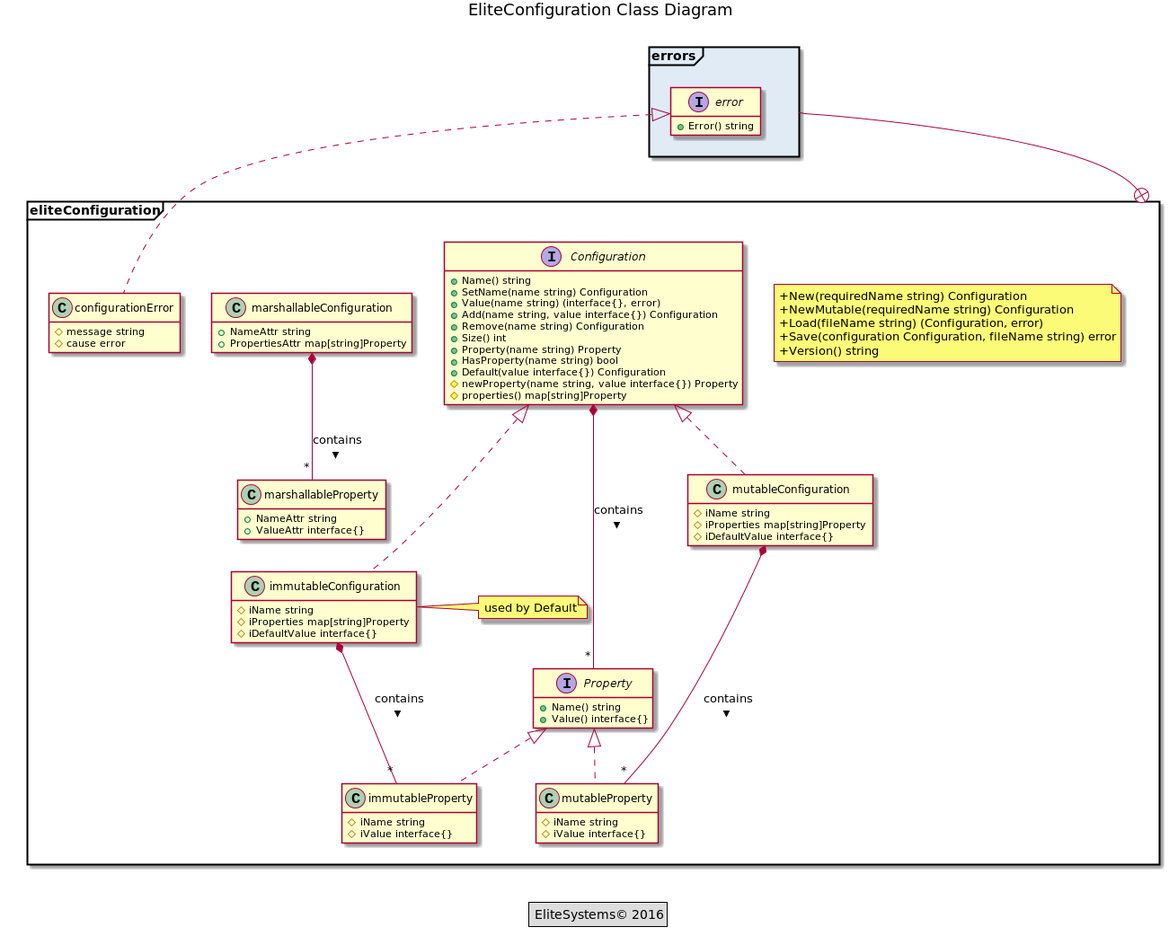
EliteSystems/eliteConfiguration keeps this PlantUML diagram as documentation/images/classDiagram.png. Above is the earlier version.
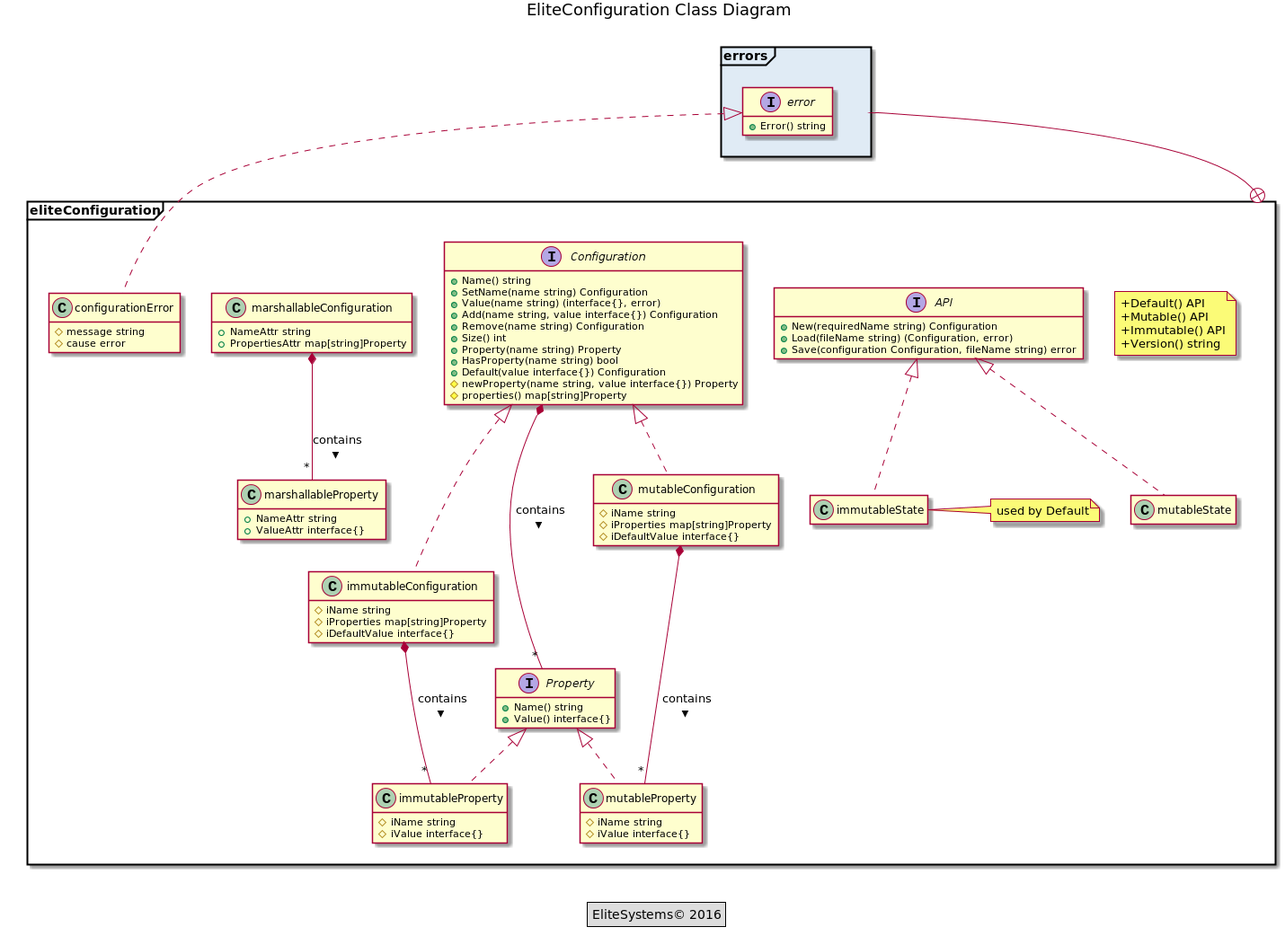
After the commit.

What changed in the source:
```diff
@@ -12,12 +12,17 @@
 package eliteConfiguration <<Frame>> #DD {
 
     note as packageMethods
+        +Default() API
+        +Mutable() API
+        +Immutable() API
+        +Version() string
+    end note
+
+    interface API {
         +New(requiredName string) Configuration
-        +NewMutable(requiredName string) Configuration
         +Load(fileName string) (Configuration, error)
         +Save(configuration Configuration, fileName string) error
-        +Version() string
-    end note
+    }
 
     interface Configuration {
         +Name() string
@@ -43,22 +48,28 @@
         +PropertiesAttr map[string]Property
     }
 
-    class mutableConfiguration {
-        #iName string
-        #iProperties map[string]Property
-        #iDefaultValue interface{}
+    class immutableState {
     }
+    note right : used by Default
 
     class immutableConfiguration {
         #iName string
         #iProperties map[string]Property
         #iDefaultValue interface{}
     }
-    note right : used by Default
 
     class immutableProperty {
         #iName string
         #iValue interface{}
+    }
+
+    class mutableState {
+    }
+
+    class mutableConfiguration {
+        #iName string
+        #iProperties map[string]Property
+        #iDefaultValue interface{}
     }
 
     class mutableProperty {
@@ -82,6 +93,8 @@
 
 eliteConfiguration +-- errors
 
+API <|.. immutableState
+API <|.. mutableState
 Configuration <|.. immutableConfiguration
 Configuration <|.. mutableConfiguration
 error <|.. configurationError
```
